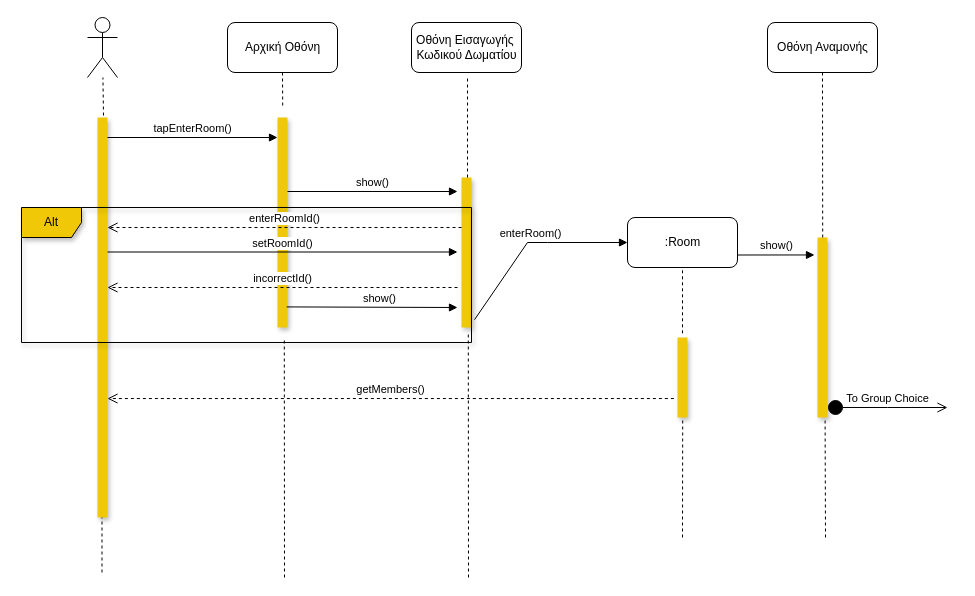
Above: docs/contributions/Kout-ou/Phase 4/enter_room.drawio in iloudaros/nomnomr (draw.io), before the change. Source tidied: cells renumbered, new cells numbered last; positions are measured from the earlier drawing's top-left corner, leaving out a move shared by most shapes. Both pictures are drawn from the tidied source at 100%, with x=0, y=0 at pixel (21, 17).
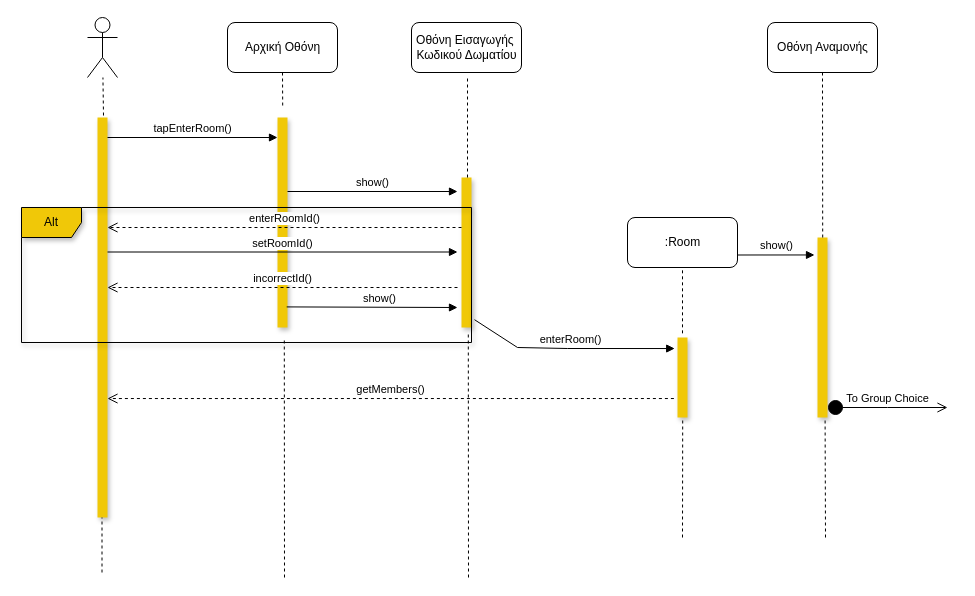
After the change.

Commit message:
Small Mistake - Enter Room Sequence Diagram

The change refers to these unchanged cells:
```xml
<mxCell id="9" style="html=1;points=[];perimeter=orthogonalPerimeter;rounded=0;shadow=1;glass=0;sketch=0;fillColor=#F0C808;strokeColor=none;" parent="1" vertex="1">
  <mxGeometry x="440" y="160" width="10" height="150" as="geometry" />
</mxCell>
<mxCell id="25" style="html=1;points=[];perimeter=orthogonalPerimeter;rounded=0;shadow=1;glass=0;sketch=0;fillColor=#F0C808;strokeColor=none;" parent="1" vertex="1">
  <mxGeometry x="656" y="320" width="10" height="80" as="geometry" />
</mxCell>
```

Change to the diagram source:
```diff
@@
-    <mxCell id="20" value="enterRoom()" style="html=1;verticalAlign=bottom;endArrow=block;rounded=0;exitX=1.3;exitY=0.948;exitDx=0;exitDy=0;exitPerimeter=0;" parent="1" edge="1" source="9">
+    <mxCell id="20" value="enterRoom()" style="html=1;verticalAlign=bottom;endArrow=block;rounded=0;exitX=1.3;exitY=0.948;exitDx=0;exitDy=0;exitPerimeter=0;entryX=-0.28;entryY=0.138;entryDx=0;entryDy=0;entryPerimeter=0;" parent="1" edge="1" source="9" target="25">
       <mxGeometry relative="1" as="geometry">
-        <mxPoint x="606" y="225" as="targetPoint" />
         <Array as="points">
-          <mxPoint x="506" y="225" />
-          <mxPoint x="526" y="225" />
+          <mxPoint x="496" y="330" />
+          <mxPoint x="546" y="331" />
         </Array>
       </mxGeometry>
     </mxCell>
```
